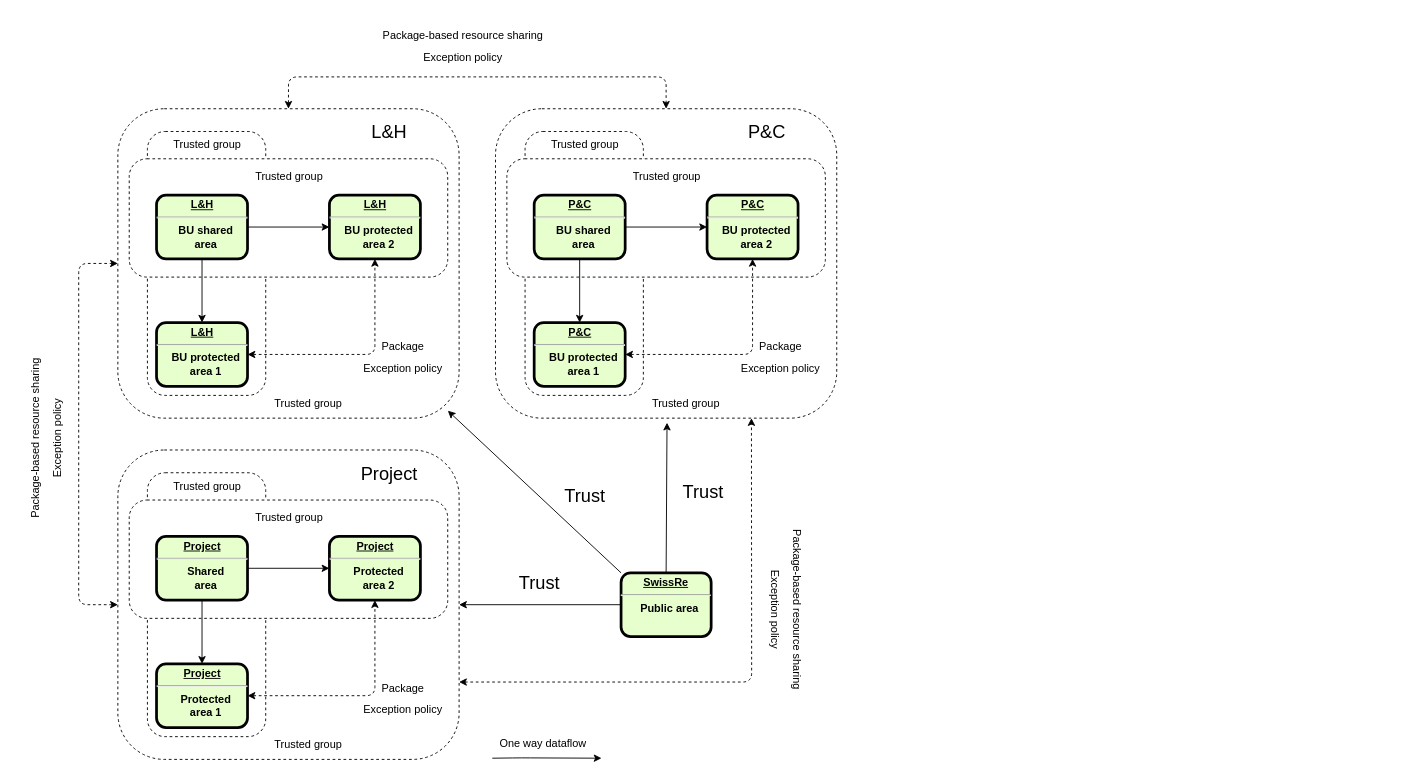
The draw.io diagram dsad-731.drawio in huangdgm/webstore-v2.0, before the edit. Source tidied: cells renumbered, new cells numbered last; positions are measured from the earlier drawing's top-left corner, leaving out a move shared by most shapes. Both pictures are drawn from the tidied source at 91%, with x=0, y=0 at pixel (-44, 15).
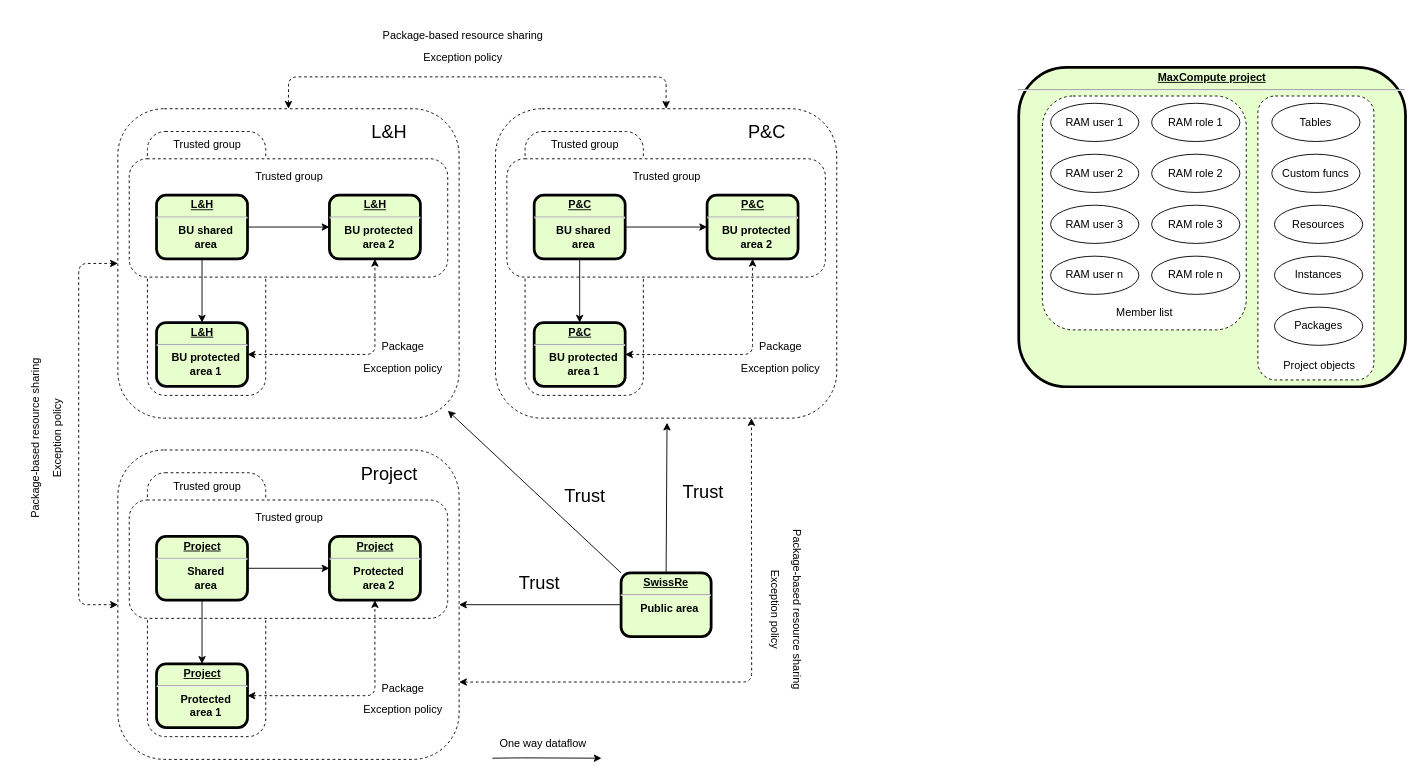
The same diagram, later.

What changed in the source:
```diff
@@
+    <mxCell id="59" value="&lt;p style=&quot;margin: 0px ; margin-top: 4px ; text-align: center ; text-decoration: underline&quot;&gt;MaxCompute project&lt;/p&gt;&lt;hr&gt;&lt;p style=&quot;margin: 0px ; margin-left: 8px&quot;&gt;&lt;br&gt;&lt;/p&gt;" style="verticalAlign=middle;align=center;overflow=fill;fontSize=12;fontFamily=Helvetica;html=1;rounded=1;fontStyle=1;strokeWidth=3;fillColor=#E6FFCC;" parent="1" vertex="1">
+      <mxGeometry x="1167" y="56.5" width="425" height="351" as="geometry" />
+    </mxCell>
+    <mxCell id="60" style="rounded=1;whiteSpace=wrap;html=1;dashed=1;" parent="1" vertex="1">
+      <mxGeometry x="1429.8" y="88" width="127.5" height="312" as="geometry" />
+    </mxCell>
+    <mxCell id="61" style="rounded=1;whiteSpace=wrap;html=1;dashed=1;" parent="1" vertex="1">
+      <mxGeometry x="1193" y="88" width="224" height="257" as="geometry" />
+    </mxCell>
@@
-    <mxCell id="13" value="&lt;font style=&quot;font-size: 12px&quot;&gt;Trusted group&lt;/font&gt;" style="text;html=1;align=center;verticalAlign=middle;fontSize=20;" parent="1" vertex="1">
-      <mxGeometry x="340.5" y="407" width="90" height="30" as="geometry" />
-    </mxCell>
@@
-    <mxCell id="27" value="&lt;font style=&quot;font-size: 12px&quot;&gt;Trusted group&lt;/font&gt;" style="text;html=1;align=center;verticalAlign=middle;fontSize=20;" parent="1" vertex="1">
-      <mxGeometry x="755.5" y="407" width="90" height="30" as="geometry" />
-    </mxCell>
@@
-    <mxCell id="40" value="&lt;font style=&quot;font-size: 12px&quot;&gt;Trusted group&lt;/font&gt;" style="text;html=1;align=center;verticalAlign=middle;fontSize=20;" parent="1" vertex="1">
-      <mxGeometry x="340.5" y="782" width="90" height="30" as="geometry" />
-    </mxCell>
@@
+    <mxCell id="62" value="RAM user 3" style="ellipse;whiteSpace=wrap;html=1;" parent="1" vertex="1">
+      <mxGeometry x="1202" y="208" width="97" height="42" as="geometry" />
+    </mxCell>
+    <mxCell id="63" value="RAM user 2" style="ellipse;whiteSpace=wrap;html=1;" parent="1" vertex="1">
+      <mxGeometry x="1202" y="152" width="97" height="42" as="geometry" />
+    </mxCell>
+    <mxCell id="64" value="RAM user 1" style="ellipse;whiteSpace=wrap;html=1;" parent="1" vertex="1">
+      <mxGeometry x="1202" y="96" width="97" height="42" as="geometry" />
+    </mxCell>
+    <mxCell id="65" value="RAM role 3" style="ellipse;whiteSpace=wrap;html=1;" parent="1" vertex="1">
+      <mxGeometry x="1313" y="208" width="97" height="42" as="geometry" />
+    </mxCell>
+    <mxCell id="66" value="RAM role 2" style="ellipse;whiteSpace=wrap;html=1;" parent="1" vertex="1">
+      <mxGeometry x="1313" y="152" width="97" height="42" as="geometry" />
+    </mxCell>
+    <mxCell id="67" value="RAM role 1" style="ellipse;whiteSpace=wrap;html=1;" parent="1" vertex="1">
+      <mxGeometry x="1313" y="96" width="97" height="42" as="geometry" />
+    </mxCell>
+    <mxCell id="68" value="RAM user n" style="ellipse;whiteSpace=wrap;html=1;" parent="1" vertex="1">
+      <mxGeometry x="1202" y="264" width="97" height="42" as="geometry" />
+    </mxCell>
+    <mxCell id="69" value="RAM role n" style="ellipse;whiteSpace=wrap;html=1;" parent="1" vertex="1">
+      <mxGeometry x="1313" y="264" width="97" height="42" as="geometry" />
+    </mxCell>
+    <mxCell id="70" value="Tables" style="ellipse;whiteSpace=wrap;html=1;" parent="1" vertex="1">
+      <mxGeometry x="1445" y="96" width="97" height="42" as="geometry" />
+    </mxCell>
+    <mxCell id="71" value="Custom funcs" style="ellipse;whiteSpace=wrap;html=1;" parent="1" vertex="1">
+      <mxGeometry x="1445" y="152" width="97" height="42" as="geometry" />
+    </mxCell>
+    <mxCell id="72" value="Resources" style="ellipse;whiteSpace=wrap;html=1;" parent="1" vertex="1">
+      <mxGeometry x="1448" y="208" width="97" height="42" as="geometry" />
+    </mxCell>
+    <mxCell id="73" value="Instances" style="ellipse;whiteSpace=wrap;html=1;" parent="1" vertex="1">
+      <mxGeometry x="1448" y="264" width="97" height="42" as="geometry" />
+    </mxCell>
+    <mxCell id="74" value="Packages" style="ellipse;whiteSpace=wrap;html=1;" parent="1" vertex="1">
+      <mxGeometry x="1448" y="320" width="97" height="42" as="geometry" />
+    </mxCell>
+    <mxCell id="75" value="Member list" style="text;html=1;align=center;verticalAlign=middle;" parent="1" vertex="1">
+      <mxGeometry x="1269" y="317" width="72" height="18" as="geometry" />
+    </mxCell>
+    <mxCell id="76" value="Project objects" style="text;html=1;align=center;verticalAlign=middle;" parent="1" vertex="1">
+      <mxGeometry x="1452" y="376" width="89" height="18" as="geometry" />
+    </mxCell>
```
